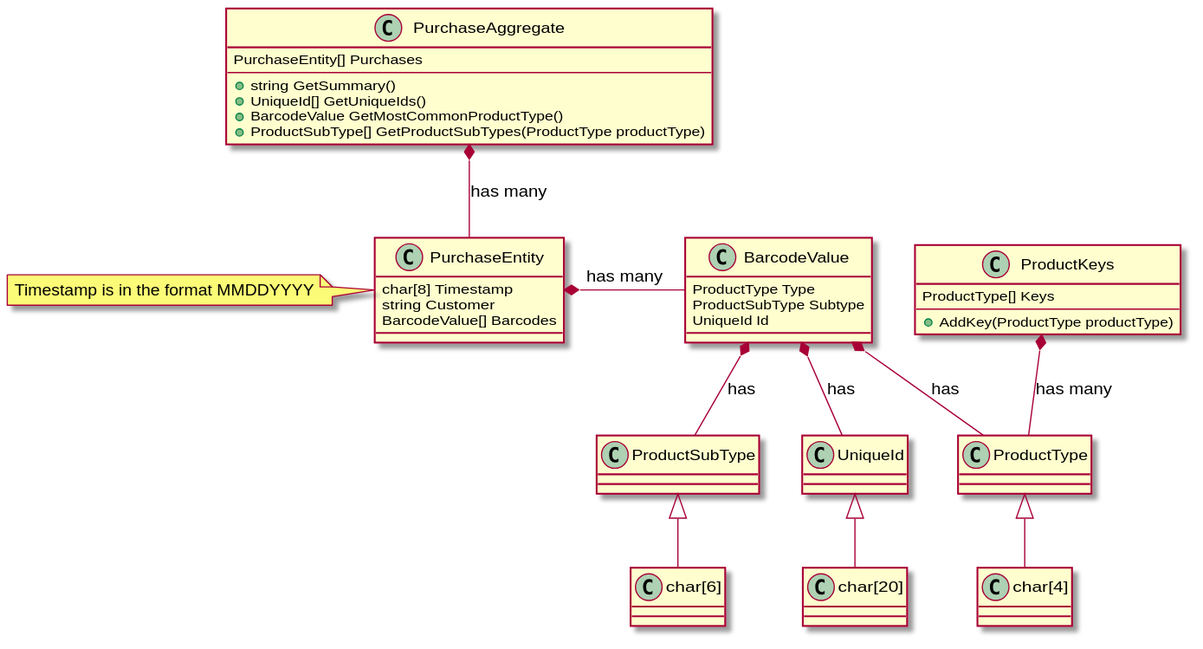
Before: docs/classStructure.svg, a diagram exported from PlantUML (aholmes/2020-InterviewRound3).
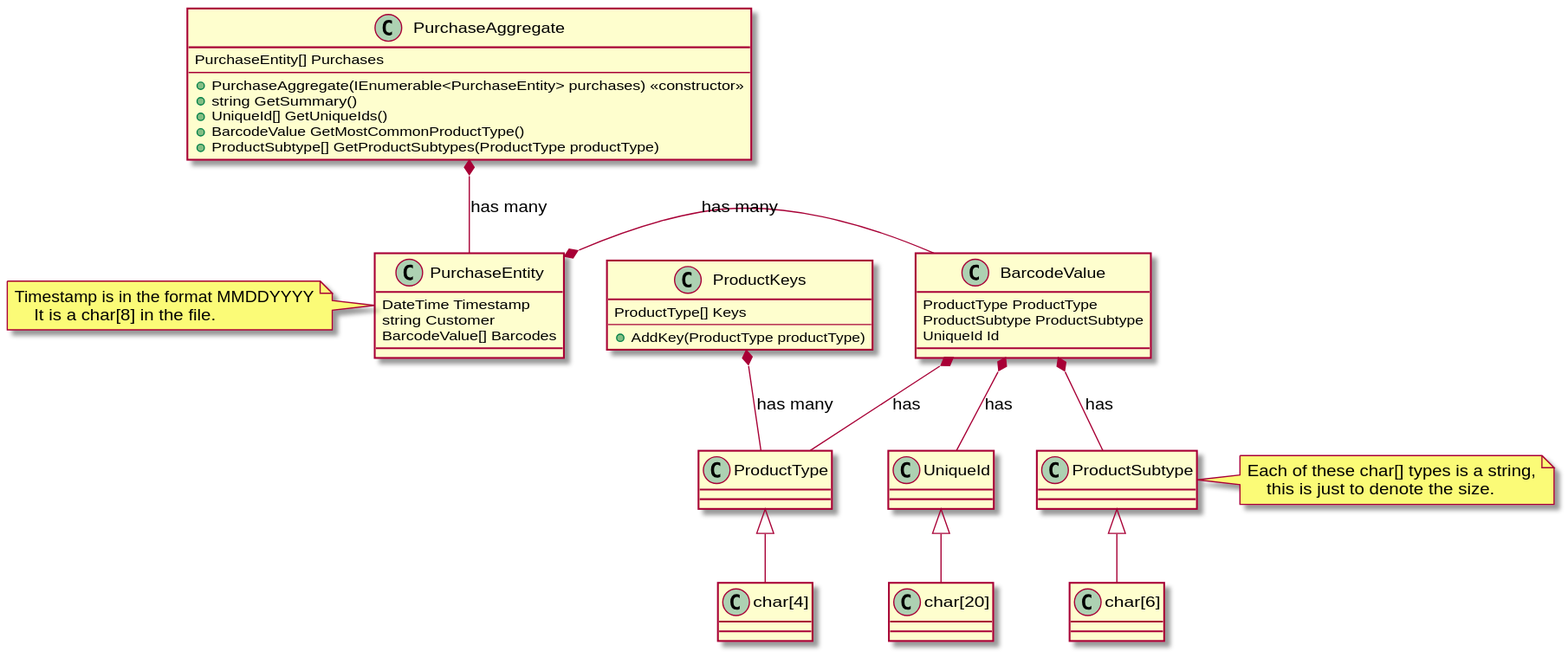
Above is the later version.

Commit message:
Add domain types

The edit, as a diff of the source:
```diff
@@ -7,19 +7,23 @@
 }
 
 class PurchaseEntity {
-    char[8] Timestamp
+    DateTime Timestamp
     string Customer
     BarcodeValue[] Barcodes
 }
-note left: Timestamp is in the format MMDDYYYY
+note left
+Timestamp is in the format MMDDYYYY
+    It is a char[8] in the file.
+end note
 
 class PurchaseAggregate {
     PurchaseEntity[] Purchases
     --
+    +PurchaseAggregate(IEnumerable<PurchaseEntity> purchases) <<constructor>>
     +string GetSummary()
     +UniqueId[] GetUniqueIds()
     +BarcodeValue GetMostCommonProductType()
-    +ProductSubType[] GetProductSubTypes(ProductType productType)
+    +ProductSubtype[] GetProductSubtypes(ProductType productType)
 }
 
 class "char[4]" as char4
@@ -27,17 +31,21 @@
 class "char[20]" as char20
 
 ProductType <|-- char4
-ProductSubType <|-- char6
+ProductSubtype <|-- char6
 UniqueId <|-- char20
+note right of ProductSubtype
+Each of these char[] types is a string,
+    this is just to denote the size.
+end note
 
 class BarcodeValue {
-    ProductType Type
-    ProductSubType Subtype
+    ProductType ProductType
+    ProductSubtype ProductSubtype
     UniqueId Id
 }
 
 BarcodeValue *-- ProductType : has
-BarcodeValue *-- ProductSubType : has
+BarcodeValue *-- ProductSubtype : has
 BarcodeValue *-- UniqueId : has
 
 ProductKeys *-- ProductType : has many
```
